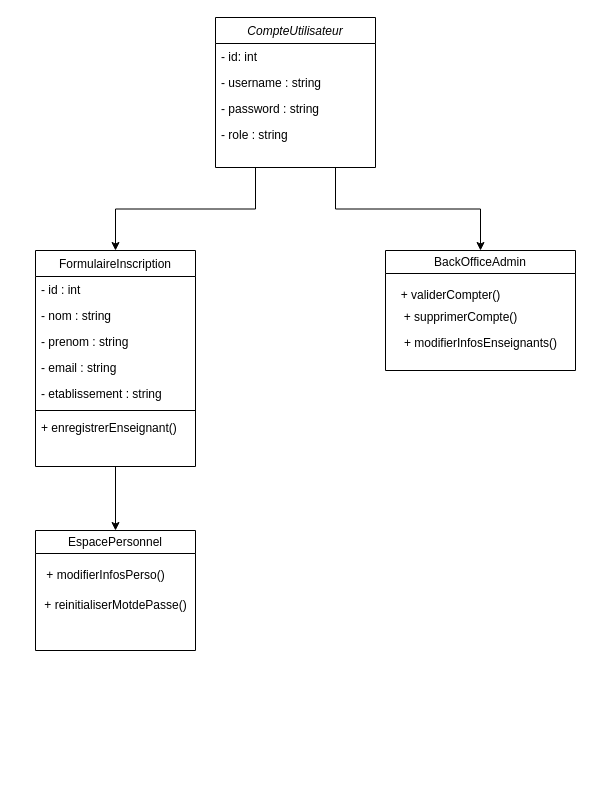
Earlier version of the draw.io diagram G5.drawio (prasanthcadirvele/Form_InscriptionG5). Source tidied: cells renumbered, new cells numbered last; positions are measured from the earlier drawing's top-left corner, leaving out a move shared by most shapes. Both pictures are drawn from the tidied source at 100%, with x=0, y=0 at pixel (30, 17).
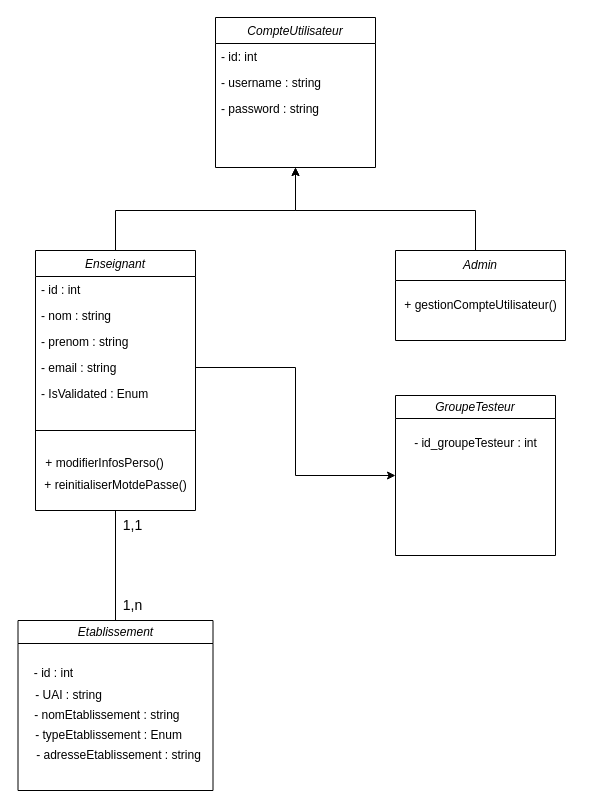
After the change.

The change refers to these unchanged cells:
```xml
<mxCell id="4" value="CompteUtilisateur" style="swimlane;fontStyle=2;align=center;verticalAlign=top;horizontal=1;startSize=26;rounded=0;shadow=0;strokeWidth=1;" parent="1" vertex="1">
  <mxGeometry x="185" width="160" height="150" as="geometry" />
</mxCell>
<mxCell id="14" value="- email : string" style="text;align=left;verticalAlign=top;spacingLeft=4;spacingRight=4;overflow=hidden;points=[[0,0.5],[1,0.5]];portConstraint=eastwest;rounded=0;shadow=0;html=0;" parent="10" vertex="1">
  <mxGeometry y="104" width="160" height="26" as="geometry" />
</mxCell>
```

The edit, as a diff of the source:
```diff
@@
-    <mxCell id="2" style="edgeStyle=orthogonalEdgeStyle;rounded=0;jettySize=auto;html=1;exitX=0.75;exitY=1;exitDx=0;exitDy=0;entryX=0.5;entryY=0;entryDx=0;entryDy=0;" parent="1" edge="1" source="4" target="21">
-      <mxGeometry relative="1" as="geometry" />
-    </mxCell>
-    <mxCell id="3" style="edgeStyle=orthogonalEdgeStyle;rounded=0;jettySize=auto;html=1;exitX=0.25;exitY=1;exitDx=0;exitDy=0;entryX=0.5;entryY=0;entryDx=0;entryDy=0;" parent="1" edge="1" source="4" target="10">
-      <mxGeometry relative="1" as="geometry" />
-    </mxCell>
@@
-    <mxCell id="8" value="- role : string" style="text;align=left;verticalAlign=top;spacingLeft=4;spacingRight=4;overflow=hidden;rounded=0;shadow=0;html=0;" parent="4" vertex="1">
-      <mxGeometry y="104" width="160" height="26" as="geometry" />
-    </mxCell>
-    <mxCell id="9" style="edgeStyle=orthogonalEdgeStyle;rounded=0;jettySize=auto;html=1;exitX=0.5;exitY=1;exitDx=0;exitDy=0;entryX=0.5;entryY=0;entryDx=0;entryDy=0;" parent="1" edge="1" source="10" target="18">
-      <mxGeometry relative="1" as="geometry" />
-    </mxCell>
+    <mxCell id="25" style="edgeStyle=orthogonalEdgeStyle;rounded=0;jettySize=auto;html=1;exitX=0.5;exitY=0;exitDx=0;exitDy=0;entryX=0.5;entryY=1;entryDx=0;entryDy=0;" parent="1" edge="1" source="10" target="4">
+      <mxGeometry relative="1" as="geometry">
+        <Array as="points">
+          <mxPoint x="85" y="193" />
+          <mxPoint x="265" y="193" />
+        </Array>
+      </mxGeometry>
+    </mxCell>
-    <mxCell id="10" value="FormulaireInscription" style="swimlane;fontStyle=0;align=center;verticalAlign=top;horizontal=1;startSize=26;rounded=0;shadow=0;strokeWidth=1;" parent="1" vertex="1">
-      <mxGeometry x="5" y="233" width="160" height="216" as="geometry" />
+    <mxCell id="10" value="Enseignant" style="swimlane;fontStyle=2;align=center;verticalAlign=top;horizontal=1;startSize=26;rounded=0;shadow=0;strokeWidth=1;" parent="1" vertex="1">
+      <mxGeometry x="5" y="233" width="160" height="260" as="geometry" />
     </mxCell>
@@
-    <mxCell id="15" value="- etablissement : string" style="text;align=left;verticalAlign=top;spacingLeft=4;spacingRight=4;overflow=hidden;rounded=0;shadow=0;html=0;" parent="10" vertex="1">
-      <mxGeometry y="130" width="160" height="26" as="geometry" />
-    </mxCell>
-    <mxCell id="16" style="line;html=1;strokeWidth=1;align=left;verticalAlign=middle;spacingTop=-1;spacingLeft=3;spacingRight=3;labelPosition=right;" parent="10" vertex="1">
-      <mxGeometry y="156" width="160" height="8" as="geometry" />
-    </mxCell>
-    <mxCell id="17" value="+ enregistrerEnseignant()" style="text;align=left;verticalAlign=top;spacingLeft=4;spacingRight=4;overflow=hidden;" parent="10" vertex="1">
-      <mxGeometry y="164" width="160" height="26" as="geometry" />
-    </mxCell>
-    <mxCell id="18" value="&lt;span style=&quot;font-weight: normal;&quot;&gt;EspacePersonnel&lt;/span&gt;" style="swimlane;whiteSpace=wrap;html=1;" parent="1" vertex="1">
-      <mxGeometry x="5" y="513" width="160" height="120" as="geometry" />
-    </mxCell>
+    <mxCell id="26" style="endArrow=none;html=1;rounded=0;" parent="10" edge="1">
+      <mxGeometry relative="1" as="geometry">
+        <mxPoint y="180" as="sourcePoint" />
+        <mxPoint x="160" y="180" as="targetPoint" />
+      </mxGeometry>
+    </mxCell>
+    <mxCell id="27" value="- IsValidated : Enum" style="text;align=left;verticalAlign=top;spacingLeft=4;spacingRight=4;overflow=hidden;rounded=0;shadow=0;html=0;" parent="10" vertex="1">
+      <mxGeometry y="130" width="160" height="26" as="geometry" />
+    </mxCell>
+    <mxCell id="28" style="edgeStyle=orthogonalEdgeStyle;rounded=0;jettySize=auto;html=1;entryX=0.5;entryY=1;entryDx=0;entryDy=0;" parent="1" edge="1" source="29" target="4">
+      <mxGeometry relative="1" as="geometry">
+        <Array as="points">
+          <mxPoint x="445" y="193" />
+          <mxPoint x="265" y="193" />
+        </Array>
+      </mxGeometry>
+    </mxCell>
+    <mxCell id="29" value="&lt;span style=&quot;font-weight: normal;&quot;&gt;&lt;i&gt;Admin&lt;/i&gt;&lt;/span&gt;" style="swimlane;whiteSpace=wrap;html=1;startSize=30;" parent="1" vertex="1">
+      <mxGeometry x="365" y="233" width="170" height="90" as="geometry" />
+    </mxCell>
+    <mxCell id="30" value="+ gestionCompteUtilisateur()" style="text;html=1;align=center;verticalAlign=middle;strokeColor=none;fillColor=none;" parent="29" vertex="1">
+      <mxGeometry x="-5" y="40" width="180" height="30" as="geometry" />
+    </mxCell>
+    <mxCell id="31" value="&lt;i style=&quot;font-weight: normal;&quot;&gt;Etablissement&lt;/i&gt;" style="swimlane;whiteSpace=wrap;html=1;" parent="1" vertex="1">
+      <mxGeometry x="-12.5" y="603" width="195" height="170" as="geometry" />
+    </mxCell>
+    <mxCell id="32" value="- id : int" style="text;html=1;align=center;verticalAlign=middle;strokeColor=none;fillColor=none;" parent="31" vertex="1">
+      <mxGeometry x="5" y="38" width="60" height="30" as="geometry" />
+    </mxCell>
+    <mxCell id="33" value="- nomEtablissement : string&amp;nbsp;" style="text;html=1;align=center;verticalAlign=middle;strokeColor=none;fillColor=none;" parent="31" vertex="1">
+      <mxGeometry x="5" y="80" width="170" height="30" as="geometry" />
+    </mxCell>
+    <mxCell id="34" value="- typeEtablissement : Enum" style="text;html=1;align=center;verticalAlign=middle;strokeColor=none;fillColor=none;" parent="31" vertex="1">
+      <mxGeometry x="5" y="100" width="170" height="30" as="geometry" />
+    </mxCell>
+    <mxCell id="35" value="- UAI : string" style="text;html=1;align=center;verticalAlign=middle;strokeColor=none;fillColor=none;" parent="31" vertex="1">
+      <mxGeometry x="5" y="60" width="90" height="30" as="geometry" />
+    </mxCell>
+    <mxCell id="36" value="- adresseEtablissement : string" style="text;html=1;align=center;verticalAlign=middle;strokeColor=none;fillColor=none;" parent="31" vertex="1">
+      <mxGeometry x="5" y="120" width="190" height="30" as="geometry" />
+    </mxCell>
+    <mxCell id="20" value="+ reinitialiserMotdePasse()" style="text;html=1;align=center;verticalAlign=middle;strokeColor=none;fillColor=none;" parent="1" vertex="1">
+      <mxGeometry x="5" y="453" width="160" height="30" as="geometry" />
+    </mxCell>
-    <mxCell id="19" value="+ modifierInfosPerso()" style="text;html=1;align=center;verticalAlign=middle;strokeColor=none;fillColor=none;" parent="18" vertex="1">
-      <mxGeometry y="30" width="140" height="30" as="geometry" />
+    <mxCell id="19" value="+ modifierInfosPerso()" style="text;html=1;align=center;verticalAlign=middle;strokeColor=none;fillColor=none;" parent="1" vertex="1">
+      <mxGeometry x="4" y="431" width="140" height="30" as="geometry" />
     </mxCell>
-    <mxCell id="20" value="+ reinitialiserMotdePasse()" style="text;html=1;align=center;verticalAlign=middle;strokeColor=none;fillColor=none;" parent="18" vertex="1">
-      <mxGeometry x="-5" y="60" width="170" height="30" as="geometry" />
-    </mxCell>
-    <mxCell id="21" value="&lt;span style=&quot;font-weight: normal;&quot;&gt;BackOfficeAdmin&lt;/span&gt;" style="swimlane;whiteSpace=wrap;html=1;" parent="1" vertex="1">
-      <mxGeometry x="355" y="233" width="190" height="120" as="geometry" />
-    </mxCell>
-    <mxCell id="22" value="+ validerCompter()" style="text;html=1;align=center;verticalAlign=middle;strokeColor=none;fillColor=none;" parent="21" vertex="1">
-      <mxGeometry x="5" y="30" width="120" height="30" as="geometry" />
-    </mxCell>
-    <mxCell id="23" value="+ supprimerCompte()" style="text;html=1;align=center;verticalAlign=middle;strokeColor=none;fillColor=none;" parent="21" vertex="1">
-      <mxGeometry x="5" y="52" width="140" height="30" as="geometry" />
-    </mxCell>
-    <mxCell id="24" value="+ modifierInfosEnseignants()" style="text;html=1;align=center;verticalAlign=middle;strokeColor=none;fillColor=none;" parent="21" vertex="1">
-      <mxGeometry x="5" y="78" width="180" height="30" as="geometry" />
-    </mxCell>
+    <mxCell id="37" value="1,1" style="text;html=1;align=center;verticalAlign=middle;strokeColor=none;fillColor=none;fontSize=14;" parent="1" vertex="1">
+      <mxGeometry x="82" y="493" width="40" height="30" as="geometry" />
+    </mxCell>
+    <mxCell id="38" value="1,n" style="text;html=1;align=center;verticalAlign=middle;strokeColor=none;fillColor=none;fontSize=14;" parent="1" vertex="1">
+      <mxGeometry x="82" y="573" width="40" height="30" as="geometry" />
+    </mxCell>
+    <mxCell id="39" value="&lt;span style=&quot;font-weight: normal;&quot;&gt;&lt;i&gt;GroupeTesteur&lt;/i&gt;&lt;/span&gt;" style="swimlane;whiteSpace=wrap;html=1;" parent="1" vertex="1">
+      <mxGeometry x="365" y="378" width="160" height="160" as="geometry" />
+    </mxCell>
+    <mxCell id="40" style="edgeStyle=orthogonalEdgeStyle;rounded=0;jettySize=auto;html=1;entryX=0;entryY=0.5;entryDx=0;entryDy=0;" parent="1" edge="1" source="14" target="39">
+      <mxGeometry relative="1" as="geometry" />
+    </mxCell>
+    <mxCell id="41" style="endArrow=none;html=1;rounded=0;exitX=0.5;exitY=0;exitDx=0;exitDy=0;" parent="1" edge="1" source="31">
+      <mxGeometry relative="1" as="geometry">
+        <mxPoint x="85" y="493" as="targetPoint" />
+      </mxGeometry>
+    </mxCell>
+    <mxCell id="42" value="- id_groupeTesteur : int" style="text;html=1;align=center;verticalAlign=middle;strokeColor=none;fillColor=none;" parent="1" vertex="1">
+      <mxGeometry x="370" y="411" width="150" height="30" as="geometry" />
+    </mxCell>
```
